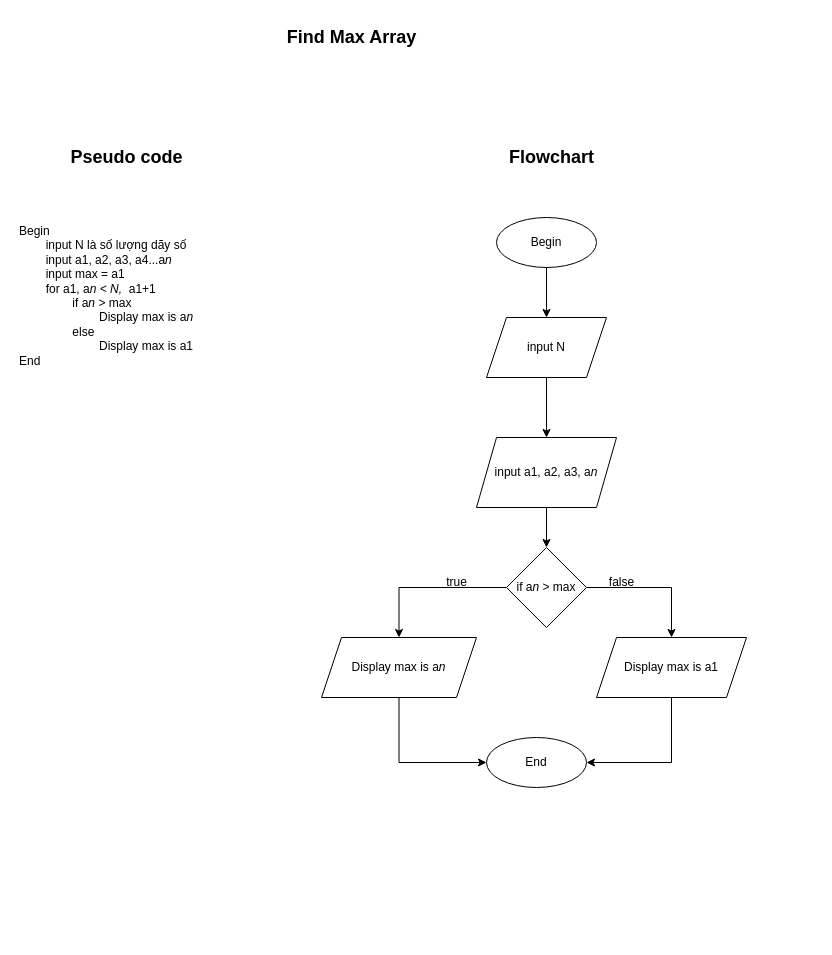
Trongtangoc/CGDN-C0824M1-Ta-Ngoc-Trong keeps this draw.io diagram as page "tìm giá trị lớn nhất trong một dãy số" (6 of 8) of Hello_world/module1_ss3.drawio. Above is the earlier version. Source tidied: cells renumbered, new cells numbered last; positions are measured from the earlier drawing's top-left corner, leaving out a move shared by most shapes. Both pictures are drawn from the tidied source at 100%, with x=0, y=0 at pixel (17, 17).
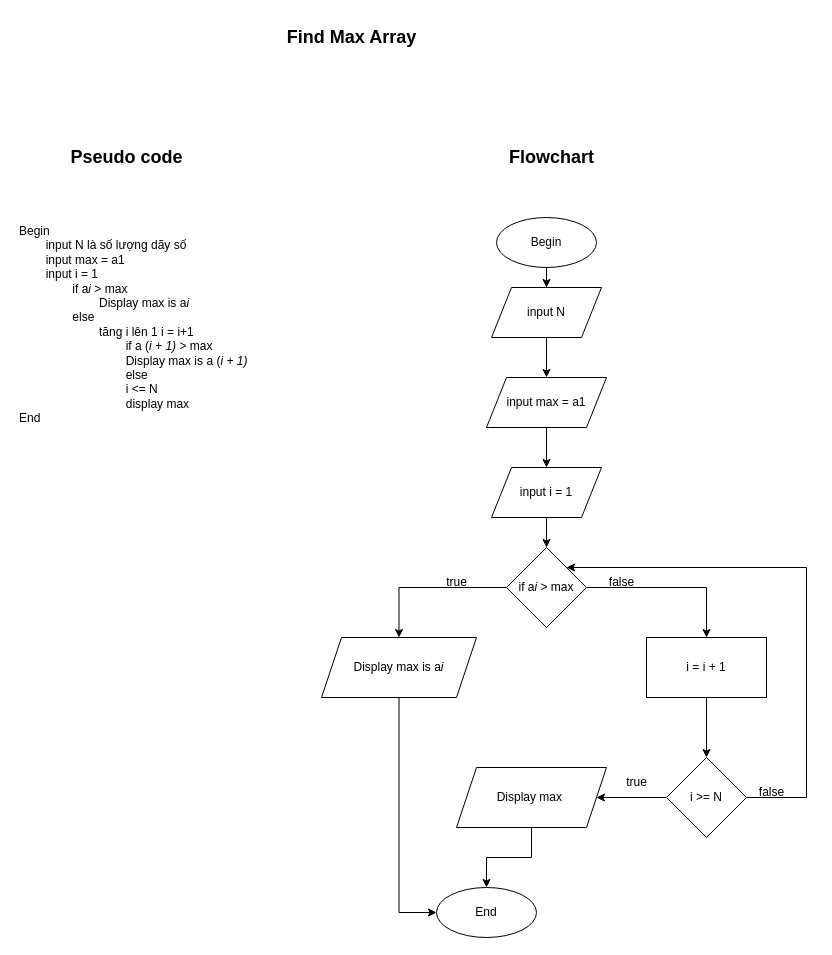
Above is the later version.

Commit message:
Cập nhật module1_ss3.drawio

What changed in the source:
```diff
@@
-    <mxCell id="2" value="Begin&lt;div&gt;&lt;span style=&quot;white-space: pre;&quot;&gt;&#9;&lt;/span&gt;input N là số lượng dãy số&lt;/div&gt;&lt;div&gt;&lt;span style=&quot;white-space: pre;&quot;&gt;&#9;&lt;/span&gt;input a1, a2, a3, a4...a&lt;i&gt;n&lt;br&gt;&lt;/i&gt;&lt;span style=&quot;white-space: pre;&quot;&gt;&#9;&lt;/span&gt;input max = a1&lt;br&gt;&lt;span style=&quot;white-space: pre;&quot;&gt;&#9;&lt;/span&gt;for a1, a&lt;i&gt;n &amp;lt; N,&amp;nbsp;&lt;/i&gt;&amp;nbsp;a1+1&lt;/div&gt;&lt;div&gt;&lt;span style=&quot;white-space: pre;&quot;&gt;&#9;&lt;/span&gt;&lt;span style=&quot;white-space: pre;&quot;&gt;&#9;&lt;/span&gt;if a&lt;i&gt;n&lt;/i&gt; &amp;gt; max&lt;br&gt;&lt;/div&gt;&lt;div&gt;&lt;span style=&quot;white-space: pre;&quot;&gt;&#9;&lt;/span&gt;&lt;span style=&quot;white-space: pre;&quot;&gt;&#9;&lt;span style=&quot;white-space: pre;&quot;&gt;&#9;&lt;/span&gt;&lt;/span&gt;Display max is a&lt;i&gt;n&lt;/i&gt;&lt;br&gt;&lt;/div&gt;&lt;div&gt;&lt;span style=&quot;font-style: italic; white-space: pre;&quot;&gt;&#9;&lt;span style=&quot;white-space: pre;&quot;&gt;&#9;&lt;/span&gt;&lt;/span&gt;else&lt;/div&gt;&lt;div&gt;&lt;span style=&quot;white-space: pre;&quot;&gt;&#9;&lt;/span&gt;&lt;span style=&quot;white-space: pre;&quot;&gt;&#9;&lt;span style=&quot;white-space: pre;&quot;&gt;&#9;&lt;/span&gt;&lt;/span&gt;Display max is a1&lt;br&gt;&lt;/div&gt;&lt;div&gt;End&lt;/div&gt;" style="text;html=1;align=left;verticalAlign=top;whiteSpace=wrap;rounded=0;" parent="1" vertex="1">
-      <mxGeometry y="200" width="199" height="160" as="geometry" />
-    </mxCell>
+    <mxCell id="22" value="Begin&lt;div&gt;&lt;span style=&quot;white-space: pre;&quot;&gt;&#9;&lt;/span&gt;input&amp;nbsp;N là số lượng dãy số&amp;nbsp;&lt;/div&gt;&lt;div&gt;&lt;span style=&quot;white-space: pre;&quot;&gt;&#9;&lt;/span&gt;input max = a1&lt;/div&gt;&lt;div&gt;&lt;span style=&quot;white-space: pre;&quot;&gt;&#9;&lt;/span&gt;input i = 1&lt;/div&gt;&lt;div&gt;&lt;span style=&quot;white-space: pre;&quot;&gt;&#9;&lt;/span&gt;&lt;span style=&quot;white-space: pre;&quot;&gt;&#9;&lt;/span&gt;if a&lt;i&gt;i&lt;/i&gt;&amp;nbsp;&amp;gt; max&lt;br&gt;&lt;/div&gt;&lt;div&gt;&lt;span style=&quot;white-space: pre;&quot;&gt;&#9;&lt;/span&gt;&lt;span style=&quot;white-space: pre;&quot;&gt;&#9;&lt;span style=&quot;white-space: pre;&quot;&gt;&#9;&lt;/span&gt;&lt;/span&gt;Display max is&amp;nbsp;&lt;span style=&quot;background-color: initial;&quot;&gt;a&lt;/span&gt;&lt;i style=&quot;background-color: initial;&quot;&gt;i&lt;/i&gt;&lt;br&gt;&lt;/div&gt;&lt;div&gt;&lt;span style=&quot;font-style: italic; white-space: pre;&quot;&gt;&#9;&lt;span style=&quot;white-space: pre;&quot;&gt;&#9;&lt;/span&gt;&lt;/span&gt;else&lt;/div&gt;&lt;div&gt;&lt;span style=&quot;white-space: pre;&quot;&gt;&#9;&lt;/span&gt;&lt;span style=&quot;white-space: pre;&quot;&gt;&#9;&lt;/span&gt;&lt;span style=&quot;white-space: pre;&quot;&gt;&#9;&lt;/span&gt;tăng i lên 1 i = i+1&lt;br&gt;&lt;/div&gt;&lt;div&gt;&lt;span style=&quot;white-space: pre;&quot;&gt;&#9;&lt;/span&gt;&lt;span style=&quot;white-space: pre;&quot;&gt;&#9;&lt;/span&gt;&lt;span style=&quot;white-space: pre;&quot;&gt;&#9;&lt;span style=&quot;white-space: pre;&quot;&gt;&#9;&lt;/span&gt;&lt;/span&gt;if&amp;nbsp;&lt;span style=&quot;background-color: initial;&quot;&gt;a (&lt;/span&gt;&lt;i style=&quot;background-color: initial;&quot;&gt;i + 1)&lt;/i&gt;&lt;span style=&quot;background-color: initial;&quot;&gt;&amp;nbsp;&amp;gt; max&lt;/span&gt;&lt;br&gt;&lt;/div&gt;&lt;div&gt;&lt;span style=&quot;white-space: pre;&quot;&gt;&#9;&lt;/span&gt;&lt;span style=&quot;white-space: pre;&quot;&gt;&#9;&lt;span style=&quot;white-space: pre;&quot;&gt;&#9;&lt;span style=&quot;white-space: pre;&quot;&gt;&#9;&lt;/span&gt;&lt;/span&gt;&lt;/span&gt;Display max is&amp;nbsp;&lt;span style=&quot;background-color: initial;&quot;&gt;a (&lt;/span&gt;&lt;i style=&quot;background-color: initial;&quot;&gt;i + 1)&lt;/i&gt;&lt;br&gt;&lt;/div&gt;&lt;div&gt;&lt;span style=&quot;background-color: initial;&quot;&gt;&lt;span style=&quot;font-style: italic; white-space: pre;&quot;&gt;&#9;&lt;/span&gt;&lt;span style=&quot;font-style: italic; white-space: pre;&quot;&gt;&#9;&lt;/span&gt;&lt;span style=&quot;font-style: italic; white-space: pre;&quot;&gt;&#9;&lt;span style=&quot;white-space: pre;&quot;&gt;&#9;&lt;/span&gt;&lt;/span&gt;else&amp;nbsp;&lt;/span&gt;&lt;/div&gt;&lt;div&gt;&lt;span style=&quot;background-color: initial;&quot;&gt;&lt;span style=&quot;white-space: pre;&quot;&gt;&#9;&lt;/span&gt;&lt;span style=&quot;white-space: pre;&quot;&gt;&#9;&lt;/span&gt;&lt;span style=&quot;white-space: pre;&quot;&gt;&#9;&lt;/span&gt;&lt;span style=&quot;white-space: pre;&quot;&gt;&#9;&lt;/span&gt;i &amp;lt;= N&lt;br&gt;&lt;/span&gt;&lt;/div&gt;&lt;div&gt;&lt;span style=&quot;background-color: initial;&quot;&gt;&lt;span style=&quot;white-space: pre;&quot;&gt;&#9;&lt;/span&gt;&lt;span style=&quot;white-space: pre;&quot;&gt;&#9;&lt;/span&gt;&lt;span style=&quot;white-space: pre;&quot;&gt;&#9;&lt;span style=&quot;white-space: pre;&quot;&gt;&#9;&lt;/span&gt;d&lt;/span&gt;isplay max&lt;br&gt;&lt;/span&gt;&lt;/div&gt;&lt;div&gt;End&lt;/div&gt;" style="text;html=1;align=left;verticalAlign=top;whiteSpace=wrap;rounded=0;" parent="1" vertex="1">
+      <mxGeometry y="200" width="259" height="220" as="geometry" />
+    </mxCell>
@@
-    <mxCell id="8" style="edgeStyle=orthogonalEdgeStyle;rounded=0;jettySize=auto;html=1;" parent="1" edge="1" source="9" target="11">
-      <mxGeometry relative="1" as="geometry" />
-    </mxCell>
+    <mxCell id="23" style="edgeStyle=orthogonalEdgeStyle;rounded=0;jettySize=auto;html=1;" parent="1" edge="1" source="9" target="25">
+      <mxGeometry relative="1" as="geometry" />
+    </mxCell>
     <mxCell id="9" value="input N" style="shape=parallelogram;perimeter=parallelogramPerimeter;whiteSpace=wrap;html=1;fixedSize=1;" parent="1" vertex="1">
-      <mxGeometry x="469" y="300" width="120" height="60" as="geometry" />
+      <mxGeometry x="474" y="270" width="110" height="50" as="geometry" />
     </mxCell>
-    <mxCell id="10" style="edgeStyle=orthogonalEdgeStyle;rounded=0;jettySize=auto;html=1;" parent="1" edge="1" source="11" target="14">
-      <mxGeometry relative="1" as="geometry" />
-    </mxCell>
-    <mxCell id="11" value="input a1, a2, a3, a&lt;i&gt;n&lt;/i&gt;" style="shape=parallelogram;perimeter=parallelogramPerimeter;whiteSpace=wrap;html=1;fixedSize=1;" parent="1" vertex="1">
-      <mxGeometry x="459" y="420" width="140" height="70" as="geometry" />
-    </mxCell>
-    <mxCell id="12" style="edgeStyle=orthogonalEdgeStyle;rounded=0;jettySize=auto;html=1;" parent="1" edge="1" source="14" target="16">
-      <mxGeometry relative="1" as="geometry" />
-    </mxCell>
-    <mxCell id="13" style="edgeStyle=orthogonalEdgeStyle;rounded=0;jettySize=auto;html=1;exitX=1;exitY=0.5;exitDx=0;exitDy=0;entryX=0.5;entryY=0;entryDx=0;entryDy=0;" parent="1" edge="1" source="14" target="20">
-      <mxGeometry relative="1" as="geometry" />
-    </mxCell>
-    <mxCell id="14" value="if a&lt;i&gt;n&lt;/i&gt; &amp;gt; max" style="rhombus;whiteSpace=wrap;html=1;" parent="1" vertex="1">
-      <mxGeometry x="489" y="530" width="80" height="80" as="geometry" />
-    </mxCell>
-    <mxCell id="15" style="edgeStyle=orthogonalEdgeStyle;rounded=0;jettySize=auto;html=1;exitX=0.5;exitY=1;exitDx=0;exitDy=0;entryX=0;entryY=0.5;entryDx=0;entryDy=0;" parent="1" edge="1" source="16" target="21">
-      <mxGeometry relative="1" as="geometry" />
-    </mxCell>
-    <mxCell id="16" value="&lt;span style=&quot;text-align: left;&quot;&gt;Display max is a&lt;/span&gt;&lt;i style=&quot;text-align: left;&quot;&gt;n&lt;/i&gt;" style="shape=parallelogram;perimeter=parallelogramPerimeter;whiteSpace=wrap;html=1;fixedSize=1;" parent="1" vertex="1">
-      <mxGeometry x="304" y="620" width="155" height="60" as="geometry" />
-    </mxCell>
-    <mxCell id="17" value="true" style="text;html=1;align=center;verticalAlign=middle;strokeColor=none;fillColor=none;" parent="1" vertex="1">
-      <mxGeometry x="419" y="550" width="40" height="30" as="geometry" />
-    </mxCell>
-    <mxCell id="18" value="false" style="text;html=1;align=center;verticalAlign=middle;strokeColor=none;fillColor=none;" parent="1" vertex="1">
-      <mxGeometry x="579" y="550" width="50" height="30" as="geometry" />
-    </mxCell>
-    <mxCell id="19" style="edgeStyle=orthogonalEdgeStyle;rounded=0;jettySize=auto;html=1;exitX=0.5;exitY=1;exitDx=0;exitDy=0;entryX=1;entryY=0.5;entryDx=0;entryDy=0;" parent="1" edge="1" source="20" target="21">
-      <mxGeometry relative="1" as="geometry" />
-    </mxCell>
-    <mxCell id="20" value="&lt;span style=&quot;text-align: left;&quot;&gt;Display max is a1&lt;/span&gt;" style="shape=parallelogram;perimeter=parallelogramPerimeter;whiteSpace=wrap;html=1;fixedSize=1;" parent="1" vertex="1">
-      <mxGeometry x="579" y="620" width="150" height="60" as="geometry" />
-    </mxCell>
+    <mxCell id="24" style="edgeStyle=orthogonalEdgeStyle;rounded=0;jettySize=auto;html=1;exitX=0.5;exitY=1;exitDx=0;exitDy=0;entryX=0.5;entryY=0;entryDx=0;entryDy=0;" parent="1" edge="1" source="25" target="36">
+      <mxGeometry relative="1" as="geometry" />
+    </mxCell>
+    <mxCell id="25" value="input max = a1" style="shape=parallelogram;perimeter=parallelogramPerimeter;whiteSpace=wrap;html=1;fixedSize=1;" parent="1" vertex="1">
+      <mxGeometry x="469" y="360" width="120" height="50" as="geometry" />
+    </mxCell>
+    <mxCell id="26" style="edgeStyle=orthogonalEdgeStyle;rounded=0;jettySize=auto;html=1;" parent="1" edge="1" source="28" target="30">
+      <mxGeometry relative="1" as="geometry" />
+    </mxCell>
+    <mxCell id="27" style="edgeStyle=orthogonalEdgeStyle;rounded=0;jettySize=auto;html=1;exitX=1;exitY=0.5;exitDx=0;exitDy=0;entryX=0.5;entryY=0;entryDx=0;entryDy=0;" parent="1" edge="1" source="28" target="38">
+      <mxGeometry relative="1" as="geometry" />
+    </mxCell>
+    <mxCell id="28" value="if a&lt;i&gt;i&lt;/i&gt; &amp;gt; max" style="rhombus;whiteSpace=wrap;html=1;" parent="1" vertex="1">
+      <mxGeometry x="489" y="530" width="80" height="80" as="geometry" />
+    </mxCell>
+    <mxCell id="29" style="edgeStyle=orthogonalEdgeStyle;rounded=0;jettySize=auto;html=1;exitX=0.5;exitY=1;exitDx=0;exitDy=0;entryX=0;entryY=0.5;entryDx=0;entryDy=0;" parent="1" edge="1" source="30" target="21">
+      <mxGeometry relative="1" as="geometry" />
+    </mxCell>
+    <mxCell id="30" value="&lt;span style=&quot;text-align: left;&quot;&gt;Display max is a&lt;/span&gt;&lt;i style=&quot;text-align: left;&quot;&gt;i&lt;/i&gt;" style="shape=parallelogram;perimeter=parallelogramPerimeter;whiteSpace=wrap;html=1;fixedSize=1;" parent="1" vertex="1">
+      <mxGeometry x="304" y="620" width="155" height="60" as="geometry" />
+    </mxCell>
+    <mxCell id="31" value="true" style="text;html=1;align=center;verticalAlign=middle;strokeColor=none;fillColor=none;" parent="1" vertex="1">
+      <mxGeometry x="419" y="550" width="40" height="30" as="geometry" />
+    </mxCell>
+    <mxCell id="32" value="false" style="text;html=1;align=center;verticalAlign=middle;strokeColor=none;fillColor=none;" parent="1" vertex="1">
+      <mxGeometry x="579" y="550" width="50" height="30" as="geometry" />
+    </mxCell>
+    <mxCell id="33" style="edgeStyle=orthogonalEdgeStyle;rounded=0;jettySize=auto;html=1;exitX=0.5;exitY=1;exitDx=0;exitDy=0;entryX=0.5;entryY=0;entryDx=0;entryDy=0;" parent="1" edge="1" source="34" target="21">
+      <mxGeometry relative="1" as="geometry" />
+    </mxCell>
+    <mxCell id="34" value="&lt;span style=&quot;text-align: left;&quot;&gt;Display max&amp;nbsp;&lt;/span&gt;" style="shape=parallelogram;perimeter=parallelogramPerimeter;whiteSpace=wrap;html=1;fixedSize=1;" parent="1" vertex="1">
+      <mxGeometry x="439" y="750" width="150" height="60" as="geometry" />
+    </mxCell>
     <mxCell id="21" value="End" style="ellipse;whiteSpace=wrap;html=1;" parent="1" vertex="1">
-      <mxGeometry x="469" y="720" width="100" height="50" as="geometry" />
+      <mxGeometry x="419" y="870" width="100" height="50" as="geometry" />
     </mxCell>
+    <mxCell id="35" style="edgeStyle=orthogonalEdgeStyle;rounded=0;jettySize=auto;html=1;exitX=0.5;exitY=1;exitDx=0;exitDy=0;entryX=0.5;entryY=0;entryDx=0;entryDy=0;" parent="1" edge="1" source="36" target="28">
+      <mxGeometry relative="1" as="geometry" />
+    </mxCell>
+    <mxCell id="36" value="input i = 1" style="shape=parallelogram;perimeter=parallelogramPerimeter;whiteSpace=wrap;html=1;fixedSize=1;" parent="1" vertex="1">
+      <mxGeometry x="474" y="450" width="110" height="50" as="geometry" />
+    </mxCell>
+    <mxCell id="37" style="edgeStyle=orthogonalEdgeStyle;rounded=0;jettySize=auto;html=1;exitX=0.5;exitY=1;exitDx=0;exitDy=0;entryX=0.5;entryY=0;entryDx=0;entryDy=0;" parent="1" edge="1" source="38" target="41">
+      <mxGeometry relative="1" as="geometry" />
+    </mxCell>
+    <mxCell id="38" value="i = i + 1" style="whiteSpace=wrap;html=1;" parent="1" vertex="1">
+      <mxGeometry x="629" y="620" width="120" height="60" as="geometry" />
+    </mxCell>
+    <mxCell id="39" style="edgeStyle=orthogonalEdgeStyle;rounded=0;jettySize=auto;html=1;exitX=0;exitY=0.5;exitDx=0;exitDy=0;entryX=1;entryY=0.5;entryDx=0;entryDy=0;" parent="1" edge="1" source="41" target="34">
+      <mxGeometry relative="1" as="geometry" />
+    </mxCell>
+    <mxCell id="40" style="edgeStyle=orthogonalEdgeStyle;rounded=0;jettySize=auto;html=1;exitX=1;exitY=0.5;exitDx=0;exitDy=0;entryX=1;entryY=0;entryDx=0;entryDy=0;" parent="1" edge="1" source="41" target="28">
+      <mxGeometry relative="1" as="geometry">
+        <Array as="points">
+          <mxPoint x="789" y="780" />
+          <mxPoint x="789" y="550" />
+        </Array>
+      </mxGeometry>
+    </mxCell>
+    <mxCell id="41" value="i &amp;gt;= N" style="rhombus;whiteSpace=wrap;html=1;" parent="1" vertex="1">
+      <mxGeometry x="649" y="740" width="80" height="80" as="geometry" />
+    </mxCell>
+    <mxCell id="42" value="true" style="text;html=1;align=center;verticalAlign=middle;strokeColor=none;fillColor=none;" parent="1" vertex="1">
+      <mxGeometry x="599" y="750" width="40" height="30" as="geometry" />
+    </mxCell>
+    <mxCell id="43" value="false" style="text;html=1;align=center;verticalAlign=middle;strokeColor=none;fillColor=none;" parent="1" vertex="1">
+      <mxGeometry x="729" y="760" width="50" height="30" as="geometry" />
+    </mxCell>
```
